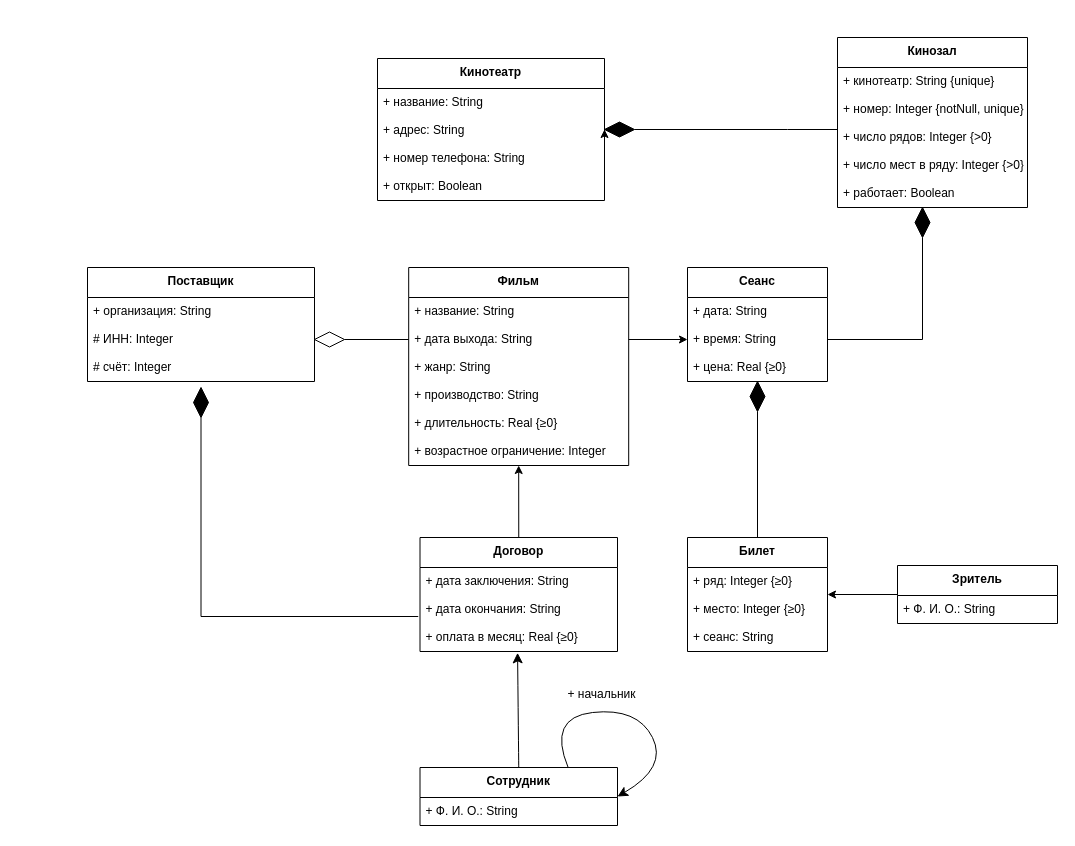
ANDaniell/-design-practice keeps this draw.io diagram as Модель предметной области.drawio. Above is the earlier version. Source tidied: cells renumbered, new cells numbered last; positions are measured from the earlier drawing's top-left corner, leaving out a move shared by most shapes. Both pictures are drawn from the tidied source at 100%, with x=0, y=0 at pixel (87, 37).
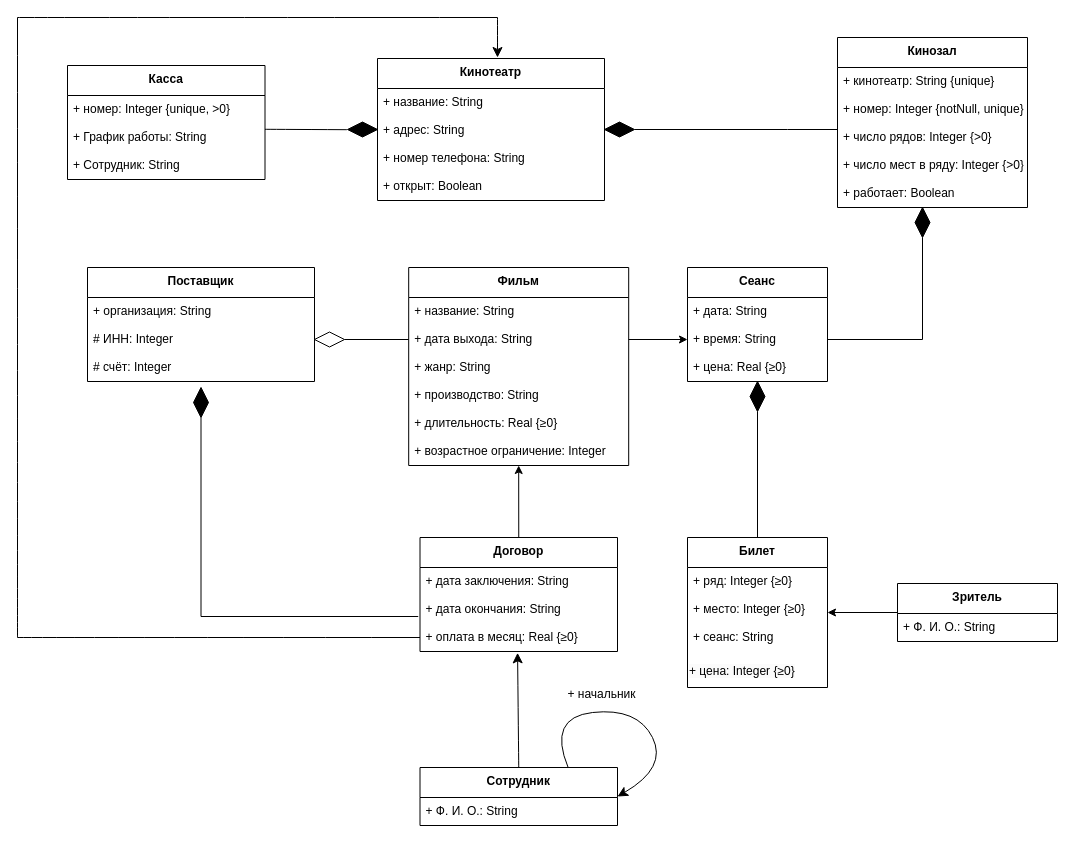
After the change.

Unchanged cells that the change refers to:
```xml
<mxCell id="4" value="+ адрес: String" style="text;strokeColor=none;fillColor=none;align=left;verticalAlign=top;spacingLeft=4;spacingRight=4;overflow=hidden;points=[[0,0.5],[1,0.5]];portConstraint=eastwest;" parent="2" vertex="1">
  <mxGeometry y="58" width="227" height="28" as="geometry" />
</mxCell>
<mxCell id="39" value="+ оплата в месяц: Real {≥0}" style="text;strokeColor=none;fillColor=none;align=left;verticalAlign=top;spacingLeft=4;spacingRight=4;overflow=hidden;points=[[0,0.5],[1,0.5]];portConstraint=eastwest;" parent="36" vertex="1">
  <mxGeometry y="86" width="197.5" height="28" as="geometry" />
</mxCell>
<mxCell id="45" style="rhombus;whiteSpace=wrap;html=1;gradientColor=none;fillStyle=auto;fillColor=#000000;" parent="1" vertex="1">
  <mxGeometry x="517" y="84.5" width="30" height="15" as="geometry" />
</mxCell>
```

The edit, as a diff of the source:
```diff
@@
     <mxCell id="25" value="Билет" style="swimlane;fontStyle=1;align=center;verticalAlign=top;horizontal=1;startSize=30;" parent="1" vertex="1">
-      <mxGeometry x="600" y="500" width="140" height="114" as="geometry" />
+      <mxGeometry x="600" y="500" width="140" height="150" as="geometry" />
     </mxCell>
@@
     <mxCell id="28" value="+ сеанс: String" style="text;strokeColor=none;fillColor=none;align=left;verticalAlign=top;spacingLeft=4;spacingRight=4;overflow=hidden;" parent="25" vertex="1">
-      <mxGeometry y="86" width="140" height="28" as="geometry" />
+      <mxGeometry y="86" width="140" height="34" as="geometry" />
     </mxCell>
+    <mxCell id="57" value="&lt;span style=&quot;color: rgb(0, 0, 0); font-family: Helvetica; font-size: 12px; font-style: normal; font-variant-ligatures: normal; font-variant-caps: normal; font-weight: 400; letter-spacing: normal; orphans: 2; text-align: left; text-indent: 0px; text-transform: none; widows: 2; word-spacing: 0px; -webkit-text-stroke-width: 0px; white-space: nowrap; background-color: rgb(251, 251, 251); text-decoration-thickness: initial; text-decoration-style: initial; text-decoration-color: initial; display: inline !important; float: none;&quot;&gt;+ цена: Integer&amp;nbsp;{≥0}&lt;/span&gt;" style="text;whiteSpace=wrap;html=1;" parent="25" vertex="1">
+      <mxGeometry y="120" width="140" height="30" as="geometry" />
+    </mxCell>
     <mxCell id="29" value="Зритель" style="swimlane;fontStyle=1;align=center;verticalAlign=top;horizontal=1;startSize=30;" parent="1" vertex="1">
-      <mxGeometry x="810" y="528" width="160" height="58" as="geometry" />
+      <mxGeometry x="810" y="546" width="160" height="58" as="geometry" />
     </mxCell>
@@
-    <mxCell id="44" style="edgeStyle=orthogonalEdgeStyle;rounded=0;jettySize=auto;html=1;exitX=1;exitY=0.5;exitDx=0;exitDy=0;entryX=0;entryY=0.5;entryDx=0;entryDy=0;" parent="1" edge="1" source="4" target="45">
-      <mxGeometry relative="1" as="geometry" />
-    </mxCell>
@@
+    <mxCell id="58" value="Касса" style="swimlane;fontStyle=1;align=center;verticalAlign=top;horizontal=1;startSize=30;" parent="1" vertex="1">
+      <mxGeometry x="-20" y="28" width="197.5" height="114" as="geometry" />
+    </mxCell>
+    <mxCell id="59" value="+ номер: Integer {unique, &gt;0}" style="text;strokeColor=none;fillColor=none;align=left;verticalAlign=top;spacingLeft=4;spacingRight=4;overflow=hidden;" parent="58" vertex="1">
+      <mxGeometry y="30" width="197.5" height="28" as="geometry" />
+    </mxCell>
+    <mxCell id="60" value="+ График работы: String" style="text;strokeColor=none;fillColor=none;align=left;verticalAlign=top;spacingLeft=4;spacingRight=4;overflow=hidden;" parent="58" vertex="1">
+      <mxGeometry y="58" width="197.5" height="28" as="geometry" />
+    </mxCell>
+    <mxCell id="61" value="+ Сотрудник: String" style="text;strokeColor=none;fillColor=none;align=left;verticalAlign=top;spacingLeft=4;spacingRight=4;overflow=hidden;" parent="58" vertex="1">
+      <mxGeometry y="86" width="197.5" height="28" as="geometry" />
+    </mxCell>
+    <mxCell id="62" style="rhombus;whiteSpace=wrap;html=1;gradientColor=none;fillStyle=auto;fillColor=#000000;" parent="1" vertex="1">
+      <mxGeometry x="260" y="84.5" width="30" height="15" as="geometry" />
+    </mxCell>
+    <mxCell id="63" style="endArrow=none;html=1;rounded=0;fontSize=12;startSize=8;endSize=8;curved=1;exitX=1.003;exitY=0.202;exitDx=0;exitDy=0;exitPerimeter=0;entryX=0;entryY=0.5;entryDx=0;entryDy=0;" parent="1" edge="1">
+      <mxGeometry relative="1" as="geometry">
+        <mxPoint x="177.5" y="91.8" as="sourcePoint" />
+        <mxPoint x="259.4" y="92.2" as="targetPoint" />
+      </mxGeometry>
+    </mxCell>
+    <mxCell id="64" style="endArrow=none;html=1;rounded=0;fontSize=12;startSize=8;endSize=8;curved=1;entryX=0;entryY=0.5;entryDx=0;entryDy=0;" parent="1" edge="1" target="39">
+      <mxGeometry relative="1" as="geometry">
+        <mxPoint x="-70" y="600" as="sourcePoint" />
+      </mxGeometry>
+    </mxCell>
+    <mxCell id="65" style="endArrow=none;html=1;rounded=0;fontSize=12;startSize=8;endSize=8;curved=1;" parent="1" edge="1">
+      <mxGeometry relative="1" as="geometry">
+        <mxPoint x="-70" y="600" as="sourcePoint" />
+        <mxPoint x="-70" y="-20" as="targetPoint" />
+      </mxGeometry>
+    </mxCell>
+    <mxCell id="66" style="endArrow=none;html=1;rounded=0;fontSize=12;startSize=8;endSize=8;curved=1;" parent="1" edge="1">
+      <mxGeometry relative="1" as="geometry">
+        <mxPoint x="-70" y="-20" as="sourcePoint" />
+        <mxPoint x="410" y="-20" as="targetPoint" />
+      </mxGeometry>
+    </mxCell>
+    <mxCell id="67" style="endArrow=classic;html=1;rounded=0;fontSize=12;startSize=8;endSize=8;curved=1;" parent="1" edge="1">
+      <mxGeometry relative="1" as="geometry">
+        <mxPoint x="410" y="-20" as="sourcePoint" />
+        <mxPoint x="410" y="20" as="targetPoint" />
+      </mxGeometry>
+    </mxCell>
```
